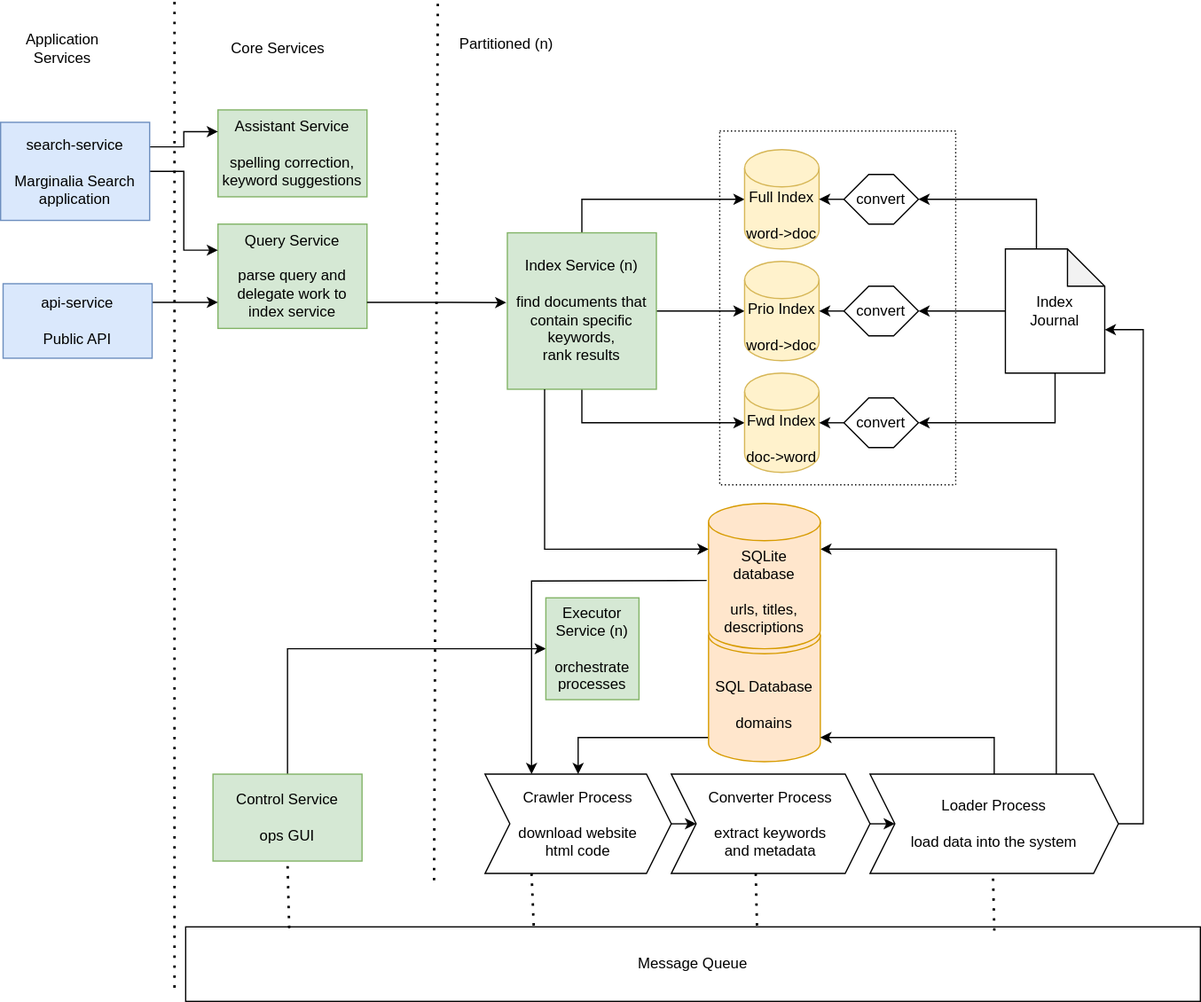
Above: doc/diagram/conceptual-overview.svg in MarginaliaSearch/MarginaliaSearch (draw.io), before the change. Source tidied: cells renumbered, new cells last; positions are measured from the earlier drawing's top-left corner, leaving out a move shared by most shapes.
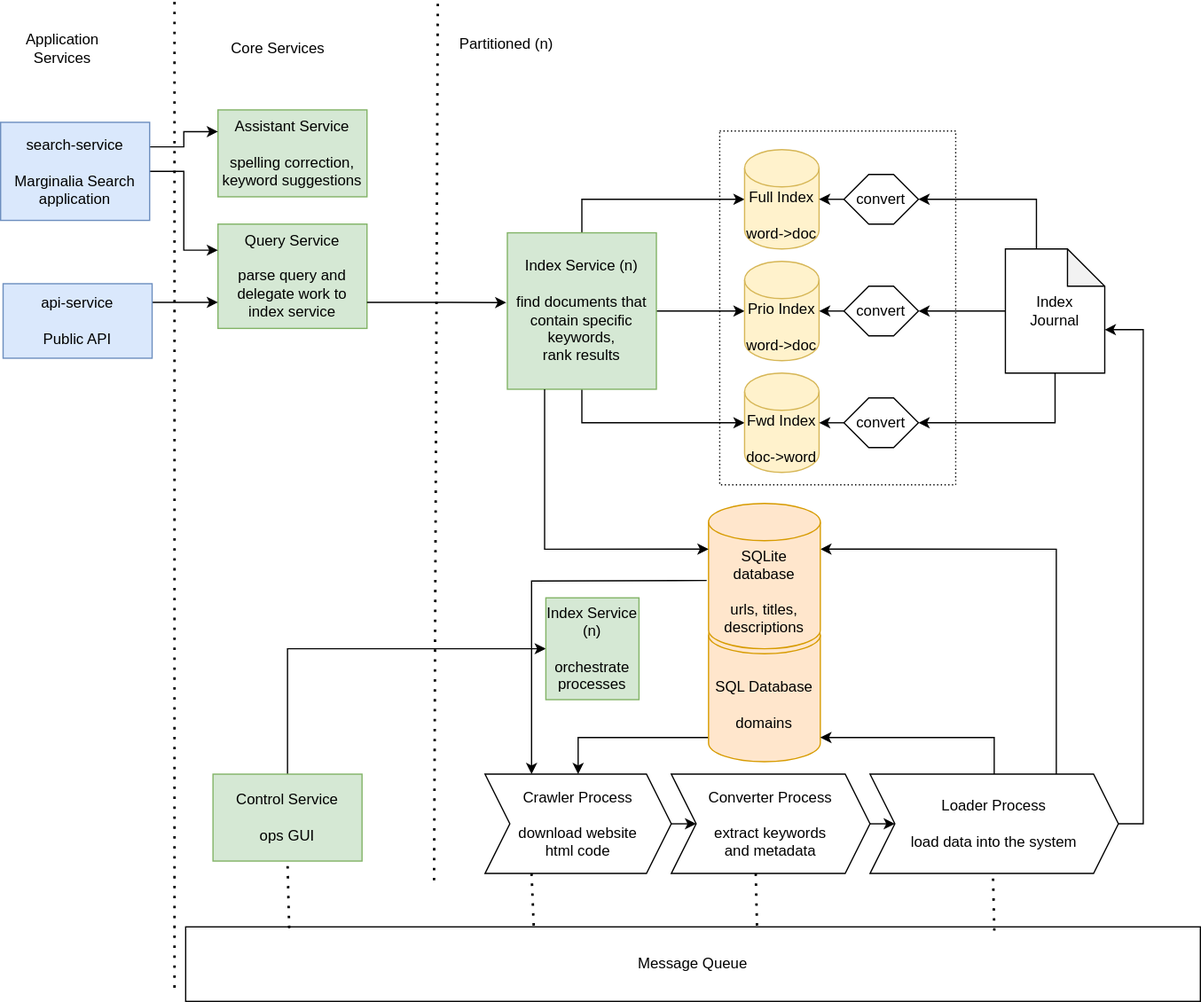
The same diagram one commit later.

Diff of the diagram source:
```diff
@@ -160,7 +160,7 @@
         <mxPoint x="140" as="targetPoint" />
       </mxGeometry>
     </mxCell>
-    <mxCell id="51" value="Executor Service (n)&lt;br&gt;&lt;br&gt;orchestrate processes" style="rounded=0;whiteSpace=wrap;html=1;fillColor=#d5e8d4;strokeColor=#82b366;" parent="1" vertex="1">
+    <mxCell id="51" value="Index Service (n)&lt;br&gt;&lt;br&gt;orchestrate processes" style="rounded=0;whiteSpace=wrap;html=1;fillColor=#d5e8d4;strokeColor=#82b366;" parent="1" vertex="1">
       <mxGeometry x="439" y="480" width="75" height="82" as="geometry" />
     </mxCell>
     <mxCell id="52" style="endArrow=none;dashed=1;html=1;dashPattern=1 3;strokeWidth=2;rounded=0;" parent="1" edge="1">
```
